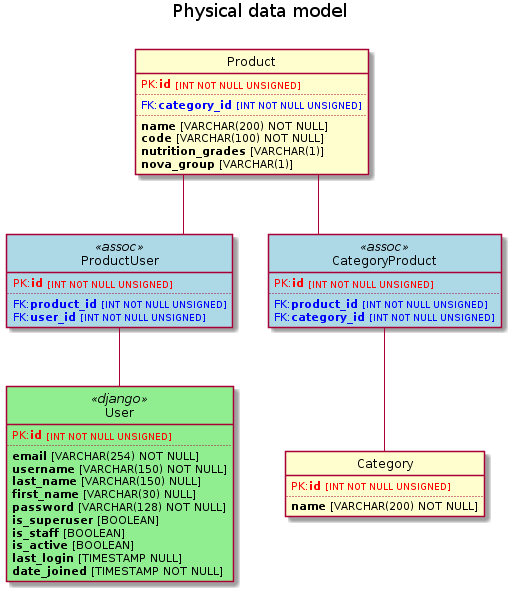
freezed/ocp8 keeps this PlantUML diagram as doc/pdm.png. Above is the earlier version.
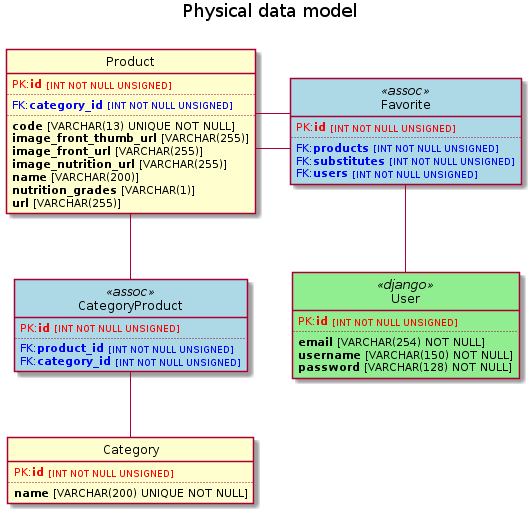
Above is the later version.

Commit message:
Update physical data model

Diff of the diagram source:
```diff
@@ -12,15 +12,16 @@
 
 class Category
 class CategoryProduct <<assoc>>
-class ProductUser <<assoc>>
+class Favorite <<assoc>>
 class Product
 class User <<django>>
 
 
 Product -- CategoryProduct
 CategoryProduct -- Category
-User -up- ProductUser
-Product -- ProductUser
+User -up- Favorite
+Product -- Favorite
+Product - Favorite
 
 
 class Category {
@@ -35,11 +36,12 @@
     <font color="blue">FK:<b>category_id</b> <size:09>[INT NOT NULL UNSIGNED]</size></font>
 }
 
-class ProductUser {
+class Favorite {
     <font color="red">PK:<b>id</b> <size:09>[INT NOT NULL UNSIGNED]</size></font>
     ..
-    <font color="blue">FK:<b>product_id</b> <size:09>[INT NOT NULL UNSIGNED]</size></font>
-    <font color="blue">FK:<b>user_id</b> <size:09>[INT NOT NULL UNSIGNED]</size></font>
+    <font color="blue">FK:<b>products</b> <size:09>[INT NOT NULL UNSIGNED]</size></font>
+    <font color="blue">FK:<b>substitutes</b> <size:09>[INT NOT NULL UNSIGNED]</size></font>
+    <font color="blue">FK:<b>users</b> <size:09>[INT NOT NULL UNSIGNED]</size></font>
 }
 
 class Product {
@@ -56,26 +58,22 @@
 
 
 class Category {
-    {field} <b>name</b> [VARCHAR(200) NOT NULL]
+    {field} <b>name</b> [VARCHAR(200) UNIQUE NOT NULL]
 }
 
 class Product {
-    {field} <b>name</b> [VARCHAR(200) NOT NULL]
-    {field} <b>code</b> [VARCHAR(100) NOT NULL]
+    {field} <b>code</b> [VARCHAR(13) UNIQUE NOT NULL]
+    {field} <b>image_front_thumb_url</b> [VARCHAR(255)]
+    {field} <b>image_front_url</b> [VARCHAR(255)]
+    {field} <b>image_nutrition_url</b> [VARCHAR(255)]
+    {field} <b>name</b> [VARCHAR(200)]
     {field} <b>nutrition_grades</b> [VARCHAR(1)]
-    {field} <b>nova_group</b> [VARCHAR(1)]
+    {field} <b>url</b> [VARCHAR(255)]
 }
 
 class User {
     {field} <b>email</b> [VARCHAR(254) NOT NULL]
     {field} <b>username</b> [VARCHAR(150) NOT NULL]
-    {field} <b>last_name</b> [VARCHAR(150) NULL]
-    {field} <b>first_name</b> [VARCHAR(30) NULL]
     {field} <b>password</b> [VARCHAR(128) NOT NULL]
-    {field} <b>is_superuser</b> [BOOLEAN]
-    {field} <b>is_staff</b> [BOOLEAN]
-    {field} <b>is_active</b> [BOOLEAN]
-    {field} <b>last_login</b> [TIMESTAMP NULL]
-    {field} <b>date_joined</b> [TIMESTAMP NOT NULL]
 }
 @enduml
```
